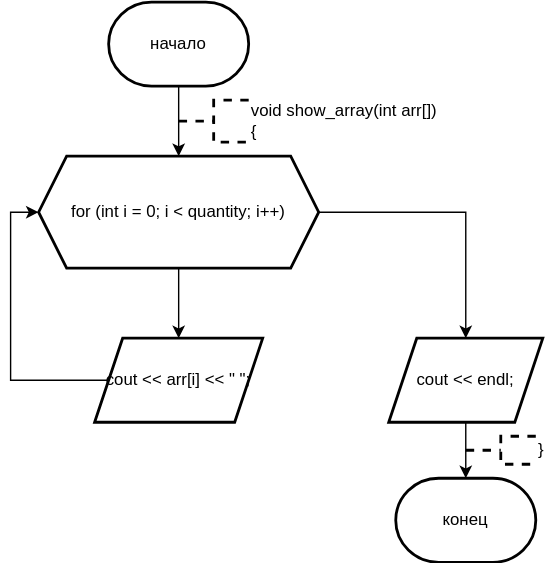
The draw.io diagram Sem_2/Labs/LAB_12/show_array.drawio.svg in ksinph/PSTU_LABS_2023, before a commit. Source tidied: cells renumbered, new cells last; positions are measured from the earlier drawing's top-left corner, leaving out a move shared by most shapes.
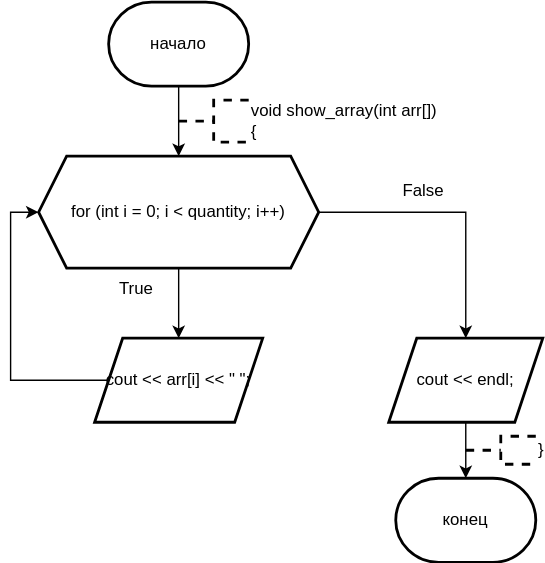
The same file after the commit.

Diff of the diagram source:
```diff
@@ -43,5 +43,11 @@
     <mxCell id="13" value="&lt;div&gt;void show_array(int arr[])&lt;/div&gt;&lt;div&gt;{&lt;/div&gt;" style="strokeWidth=2;html=1;shape=mxgraph.flowchart.annotation_2;align=left;labelPosition=right;dashed=1;" parent="1" vertex="1">
       <mxGeometry x="120" y="70" width="50" height="30" as="geometry" />
     </mxCell>
+    <mxCell id="14" value="True" style="text;html=1;align=center;verticalAlign=middle;whiteSpace=wrap;rounded=0;" parent="1" vertex="1">
+      <mxGeometry x="60" y="190" width="60" height="30" as="geometry" />
+    </mxCell>
+    <mxCell id="15" value="False" style="text;html=1;align=center;verticalAlign=middle;whiteSpace=wrap;rounded=0;" parent="1" vertex="1">
+      <mxGeometry x="265" y="120" width="60" height="30" as="geometry" />
+    </mxCell>
   </root>
 </mxGraphModel>
```
